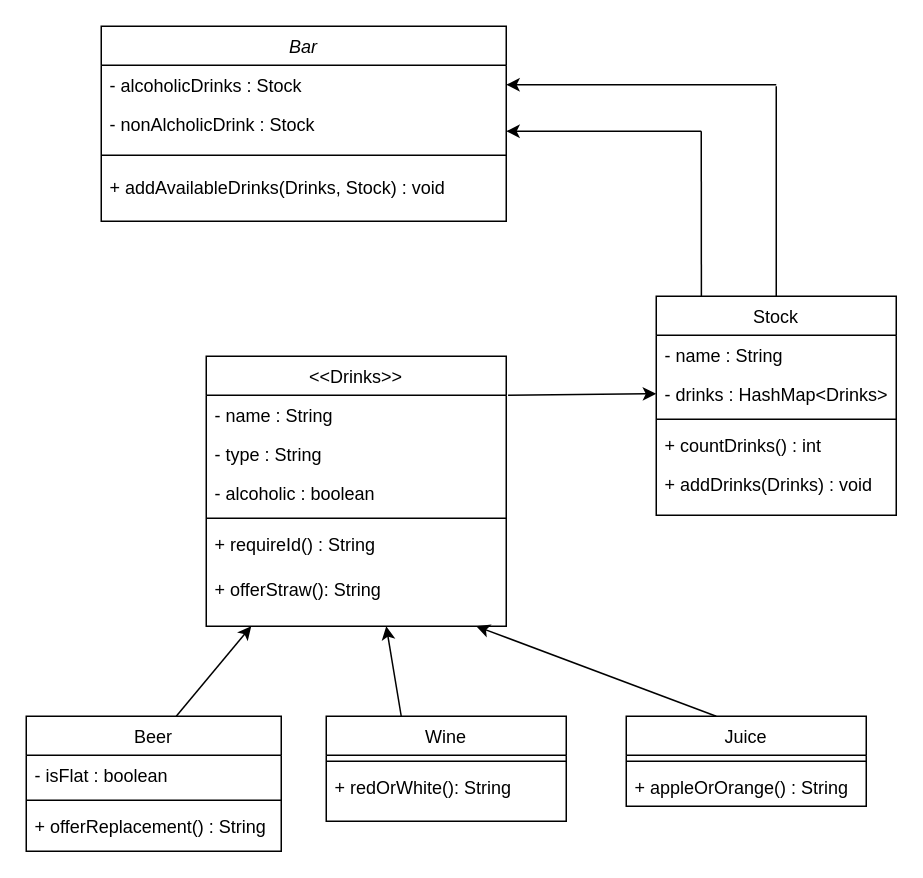
Above: PolymoprphismUML.drawio in bendesousa/polymorphism_lab (draw.io), before the change. Source tidied: cells renumbered, new cells numbered last; positions are measured from the earlier drawing's top-left corner, leaving out a move shared by most shapes. Both pictures are drawn from the tidied source at 150%, with x=0, y=0 at pixel (26, 26).
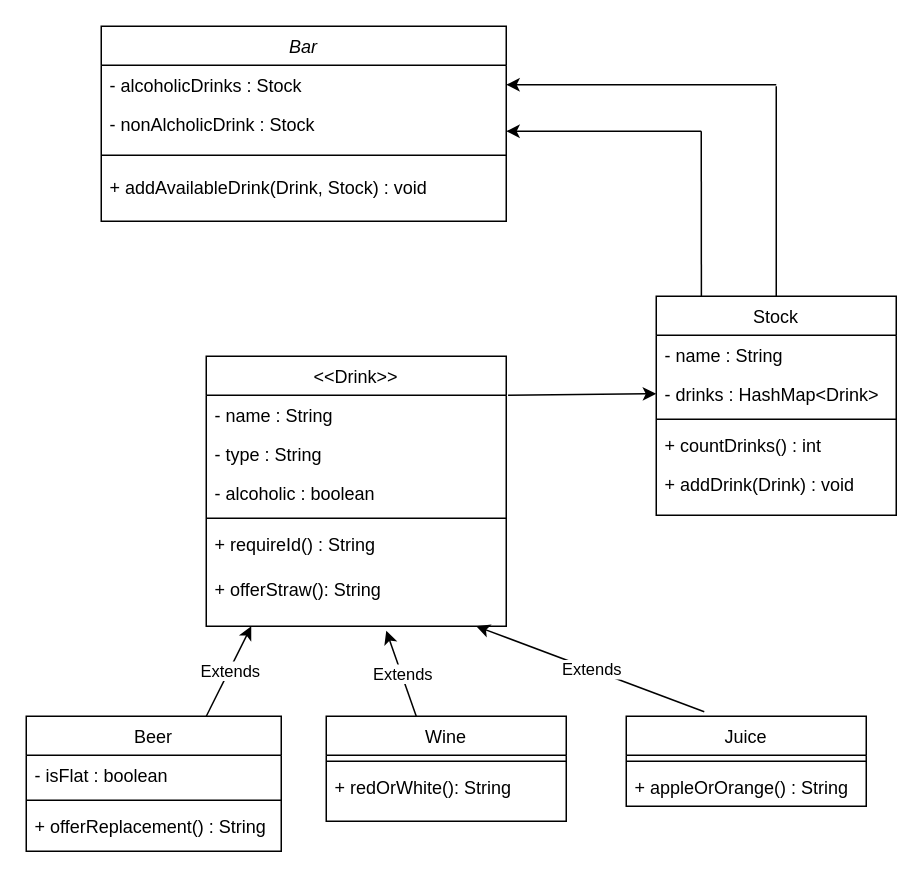
After the change.

Commit message (it also covers changes not shown here):
worked on drink class

The change refers to these unchanged cells:
```xml
<mxCell id="2" value="Bar" style="swimlane;fontStyle=2;align=center;verticalAlign=top;horizontal=1;startSize=26;rounded=0;shadow=0;strokeWidth=1;" parent="1" vertex="1">
  <mxGeometry x="50" width="270" height="130" as="geometry" />
</mxCell>
<mxCell id="7" value="Stock" style="swimlane;fontStyle=0;align=center;verticalAlign=top;horizontal=1;startSize=26;rounded=0;shadow=0;strokeWidth=1;" parent="1" vertex="1">
  <mxGeometry x="420" y="180" width="160" height="146" as="geometry" />
</mxCell>
<mxCell id="25" value="Beer" style="swimlane;fontStyle=0;align=center;verticalAlign=top;horizontal=1;startSize=26;rounded=0;shadow=0;strokeWidth=1;" parent="1" vertex="1">
  <mxGeometry y="460" width="170" height="90" as="geometry" />
</mxCell>
<mxCell id="29" value="Wine" style="swimlane;fontStyle=0;align=center;verticalAlign=top;horizontal=1;startSize=26;rounded=0;shadow=0;strokeWidth=1;" parent="1" vertex="1">
  <mxGeometry x="200" y="460" width="160" height="70" as="geometry" />
</mxCell>
<mxCell id="32" value="Juice" style="swimlane;fontStyle=0;align=center;verticalAlign=top;horizontal=1;startSize=26;rounded=0;shadow=0;strokeWidth=1;" parent="1" vertex="1">
  <mxGeometry x="400" y="460" width="160" height="60" as="geometry" />
</mxCell>
```

The edit, as a diff of the source:
```diff
@@
-    <mxCell id="6" value="+ addAvailableDrinks(Drinks, Stock) : void" style="text;align=left;verticalAlign=top;spacingLeft=4;spacingRight=4;overflow=hidden;rounded=0;shadow=0;html=0;" parent="2" vertex="1">
+    <mxCell id="6" value="+ addAvailableDrink(Drink, Stock) : void" style="text;align=left;verticalAlign=top;spacingLeft=4;spacingRight=4;overflow=hidden;rounded=0;shadow=0;html=0;" parent="2" vertex="1">
       <mxGeometry y="94" width="270" height="26" as="geometry" />
     </mxCell>
@@
-    <mxCell id="9" value="- drinks : HashMap&lt;Drinks&gt;" style="text;align=left;verticalAlign=top;spacingLeft=4;spacingRight=4;overflow=hidden;points=[[0,0.5],[1,0.5]];portConstraint=eastwest;rounded=0;shadow=0;html=0;" parent="7" vertex="1">
+    <mxCell id="9" value="- drinks : HashMap&lt;Drink&gt;" style="text;align=left;verticalAlign=top;spacingLeft=4;spacingRight=4;overflow=hidden;points=[[0,0.5],[1,0.5]];portConstraint=eastwest;rounded=0;shadow=0;html=0;" parent="7" vertex="1">
       <mxGeometry y="52" width="160" height="26" as="geometry" />
     </mxCell>
@@
-    <mxCell id="12" value="+ addDrinks(Drinks) : void" style="text;align=left;verticalAlign=top;spacingLeft=4;spacingRight=4;overflow=hidden;" parent="7" vertex="1">
+    <mxCell id="12" value="+ addDrink(Drink) : void" style="text;align=left;verticalAlign=top;spacingLeft=4;spacingRight=4;overflow=hidden;" parent="7" vertex="1">
       <mxGeometry y="112" width="160" height="26" as="geometry" />
     </mxCell>
@@
-    <mxCell id="17" value="&lt;&lt;Drinks&gt;&gt;" style="swimlane;fontStyle=0;align=center;verticalAlign=top;horizontal=1;startSize=26;rounded=0;shadow=0;strokeWidth=1;" parent="1" vertex="1">
+    <mxCell id="17" value="&lt;&lt;Drink&gt;&gt;" style="swimlane;fontStyle=0;align=center;verticalAlign=top;horizontal=1;startSize=26;rounded=0;shadow=0;strokeWidth=1;" parent="1" vertex="1">
       <mxGeometry x="120" y="220" width="200" height="180" as="geometry" />
     </mxCell>
@@
-    <mxCell id="35" style="endArrow=classic;html=1;rounded=0;targetPerimeterSpacing=0;" parent="1" edge="1">
-      <mxGeometry relative="1" as="geometry">
-        <mxPoint x="460" y="460" as="sourcePoint" />
-        <mxPoint x="300" y="400" as="targetPoint" />
-      </mxGeometry>
-    </mxCell>
-    <mxCell id="36" style="endArrow=classic;html=1;rounded=0;targetPerimeterSpacing=0;" parent="1" edge="1">
-      <mxGeometry relative="1" as="geometry">
-        <mxPoint x="250" y="460" as="sourcePoint" />
-        <mxPoint x="240" y="400" as="targetPoint" />
-      </mxGeometry>
-    </mxCell>
-    <mxCell id="37" style="endArrow=classic;html=1;rounded=0;targetPerimeterSpacing=0;" parent="1" edge="1">
-      <mxGeometry relative="1" as="geometry">
-        <mxPoint x="100" y="460" as="sourcePoint" />
-        <mxPoint x="150" y="400" as="targetPoint" />
-      </mxGeometry>
-    </mxCell>
+    <mxCell id="38" style="endArrow=classic;html=1;rounded=0;targetPerimeterSpacing=0;exitX=0.325;exitY=-0.05;exitDx=0;exitDy=0;exitPerimeter=0;" parent="1" edge="1" source="32">
+      <mxGeometry relative="1" as="geometry">
+        <mxPoint x="300" y="400" as="targetPoint" />
+      </mxGeometry>
+    </mxCell>
+    <mxCell id="39" value="Extends" style="edgeLabel;html=1;align=center;verticalAlign=middle;" parent="38" vertex="1">
+      <mxGeometry relative="1" as="geometry" />
+    </mxCell>
+    <mxCell id="40" style="endArrow=classic;html=1;rounded=0;targetPerimeterSpacing=0;exitX=0.706;exitY=0;exitDx=0;exitDy=0;exitPerimeter=0;" parent="1" edge="1" source="25">
+      <mxGeometry relative="1" as="geometry">
+        <mxPoint x="150" y="400" as="targetPoint" />
+      </mxGeometry>
+    </mxCell>
+    <mxCell id="41" value="Extends" style="edgeLabel;html=1;align=center;verticalAlign=middle;" parent="40" vertex="1">
+      <mxGeometry relative="1" as="geometry" />
+    </mxCell>
+    <mxCell id="42" style="endArrow=classic;html=1;rounded=0;targetPerimeterSpacing=0;exitX=0.375;exitY=0;exitDx=0;exitDy=0;exitPerimeter=0;" parent="1" edge="1" source="29">
+      <mxGeometry relative="1" as="geometry">
+        <mxPoint x="240" y="403" as="targetPoint" />
+      </mxGeometry>
+    </mxCell>
+    <mxCell id="43" value="Extends" style="edgeLabel;html=1;align=center;verticalAlign=middle;" parent="42" vertex="1">
+      <mxGeometry relative="1" as="geometry" />
+    </mxCell>
```
